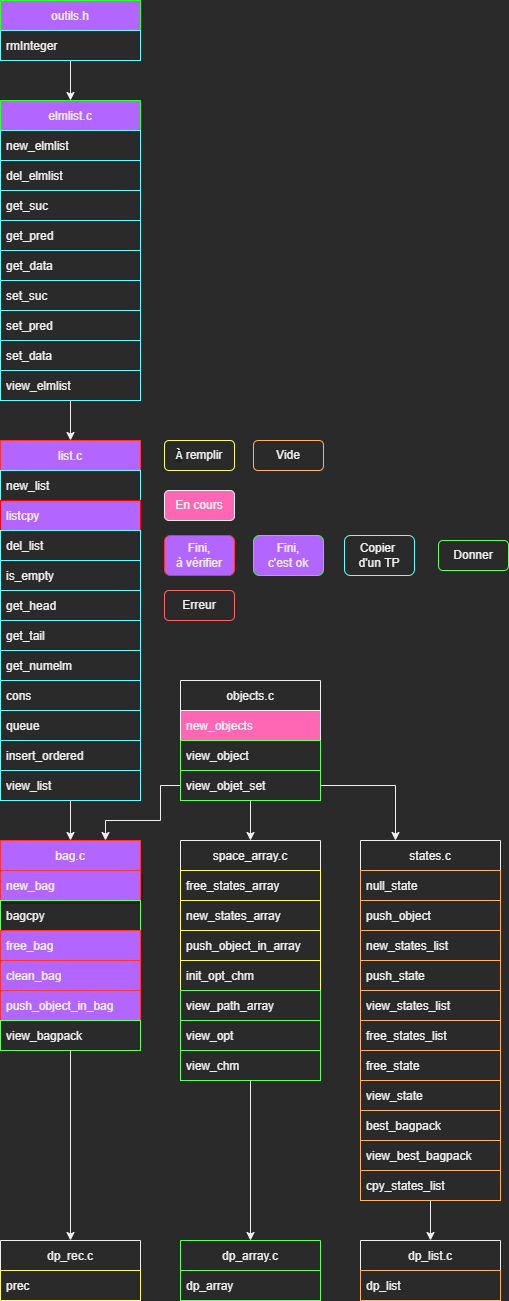
Above: image/Plan_avancement_des_fonction.drawio.png in Brice5423/L2_Projet_ProgAv-S3 (draw.io), before the change. Source tidied: cells renumbered, new cells last; positions are measured from the earlier drawing's top-left corner, leaving out a move shared by most shapes.
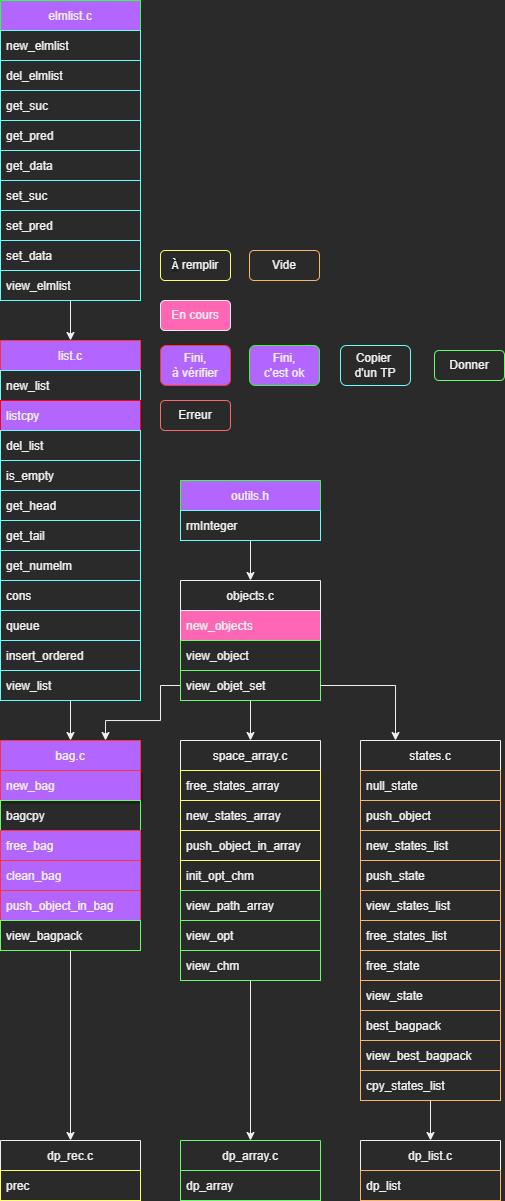
Later version of the same file.

Diff of the diagram source:
```diff
@@ -195,16 +195,16 @@
       <mxGeometry relative="1" as="geometry" />
     </mxCell>
     <mxCell id="64" value="Donner" style="rounded=1;whiteSpace=wrap;html=1;strokeColor=#66FF66;" parent="1" vertex="1">
-      <mxGeometry x="438" y="540" width="70" height="30" as="geometry" />
+      <mxGeometry x="434" y="450" width="70" height="30" as="geometry" />
     </mxCell>
     <mxCell id="65" value="Copier &lt;br&gt;d'un TP" style="rounded=1;whiteSpace=wrap;html=1;strokeColor=#66FFFF;" parent="1" vertex="1">
-      <mxGeometry x="344" y="535" width="70" height="40" as="geometry" />
+      <mxGeometry x="340" y="445" width="70" height="40" as="geometry" />
     </mxCell>
     <mxCell id="66" value="&lt;span style=&quot;background-color: rgb(33 , 33 , 33) ; color: rgb(238 , 255 , 255) ; font-family: &amp;#34;jetbrains mono&amp;#34; , monospace&quot;&gt;À&lt;/span&gt;&lt;span&gt;&amp;nbsp;remplir&lt;/span&gt;" style="rounded=1;whiteSpace=wrap;html=1;strokeColor=#FFFF66;" parent="1" vertex="1">
-      <mxGeometry x="164" y="440" width="70" height="30" as="geometry" />
+      <mxGeometry x="160" y="350" width="70" height="30" as="geometry" />
     </mxCell>
     <mxCell id="67" value="Erreur" style="rounded=1;whiteSpace=wrap;html=1;strokeColor=#FF6666;" parent="1" vertex="1">
-      <mxGeometry x="164" y="590" width="70" height="30" as="geometry" />
+      <mxGeometry x="160" y="500" width="70" height="30" as="geometry" />
     </mxCell>
     <mxCell id="68" style="edgeStyle=orthogonalEdgeStyle;rounded=0;jettySize=auto;html=1;entryX=0.5;entryY=0;entryDx=0;entryDy=0;strokeColor=#F0F0F0;" parent="1" edge="1" target="2">
       <mxGeometry relative="1" as="geometry">
@@ -227,22 +227,22 @@
       <mxGeometry relative="1" as="geometry" />
     </mxCell>
     <mxCell id="73" value="Fini,&lt;br&gt;c'est ok" style="rounded=1;whiteSpace=wrap;html=1;strokeColor=#33FF33;fillColor=#B266FF;" parent="1" vertex="1">
-      <mxGeometry x="253" y="535" width="70" height="40" as="geometry" />
+      <mxGeometry x="249" y="445" width="70" height="40" as="geometry" />
     </mxCell>
     <mxCell id="74" value="En cours" style="rounded=1;whiteSpace=wrap;html=1;strokeColor=#F0F0F0;fillColor=#FF66B3;" parent="1" vertex="1">
-      <mxGeometry x="164" y="490" width="70" height="30" as="geometry" />
+      <mxGeometry x="160" y="400" width="70" height="30" as="geometry" />
     </mxCell>
     <mxCell id="75" value="Vide" style="rounded=1;whiteSpace=wrap;html=1;strokeColor=#FFB366;" parent="1" vertex="1">
-      <mxGeometry x="253" y="440" width="70" height="30" as="geometry" />
+      <mxGeometry x="249" y="350" width="70" height="30" as="geometry" />
     </mxCell>
     <mxCell id="76" value="Fini,&lt;br&gt;à vérifier" style="rounded=1;whiteSpace=wrap;html=1;strokeColor=#FF3333;fillColor=#B266FF;" parent="1" vertex="1">
-      <mxGeometry x="164" y="535" width="70" height="40" as="geometry" />
+      <mxGeometry x="160" y="445" width="70" height="40" as="geometry" />
     </mxCell>
-    <mxCell id="77" style="edgeStyle=orthogonalEdgeStyle;rounded=0;jettySize=auto;html=1;exitX=0.5;exitY=1;exitDx=0;exitDy=0;entryX=0.5;entryY=0;entryDx=0;entryDy=0;" parent="1" edge="1" source="78" target="26">
+    <mxCell id="77" style="edgeStyle=orthogonalEdgeStyle;rounded=0;jettySize=auto;html=1;exitX=0.5;exitY=1;exitDx=0;exitDy=0;entryX=0.5;entryY=0;entryDx=0;entryDy=0;" parent="1" edge="1" source="78" target="10">
       <mxGeometry relative="1" as="geometry" />
     </mxCell>
     <mxCell id="78" value="outils.h" style="swimlane;fontStyle=0;horizontal=1;startSize=30;strokeColor=#33FF33;fillColor=#B266FF;" parent="1" vertex="1">
-      <mxGeometry width="140" height="60" as="geometry" />
+      <mxGeometry x="180" y="580" width="140" height="60" as="geometry" />
     </mxCell>
     <mxCell id="79" value="rmInteger" style="text;strokeColor=#66FFFF;fillColor=none;align=left;verticalAlign=middle;spacingLeft=4;spacingRight=4;overflow=hidden;" parent="78" vertex="1">
       <mxGeometry y="30" width="140" height="30" as="geometry" />
```
